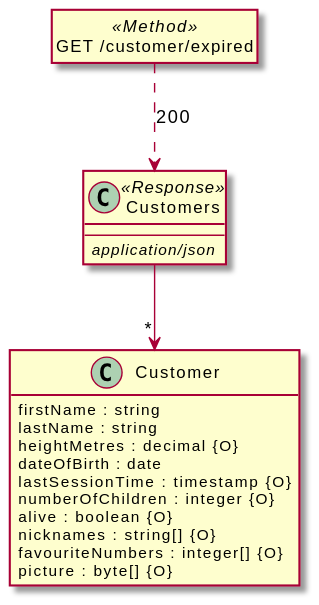
Above: src/docs/tests/path-returns-ref.puml.svg in davidmoten/openapi-to-plantuml (PlantUML), before the change.
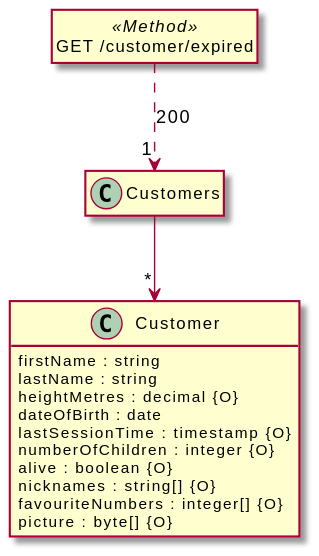
After the change.

What changed in the source:
```diff
@@ -17,16 +17,14 @@
   picture : byte[] {O}
 }
 
-class "Customers" <<Response>> {
-  --
-<i>application/json</i>
+class "Customers" {
 }
-
-"Customers" --> "*" "Customer"
 
 class "GET /customer/expired" <<Method>> {
 }
 
-"GET /customer/expired" ..> "Customers": 200
+"Customers" --> "*" Customer
+
+"GET /customer/expired" ..> "1" Customers : "200"
 
 @enduml
```
